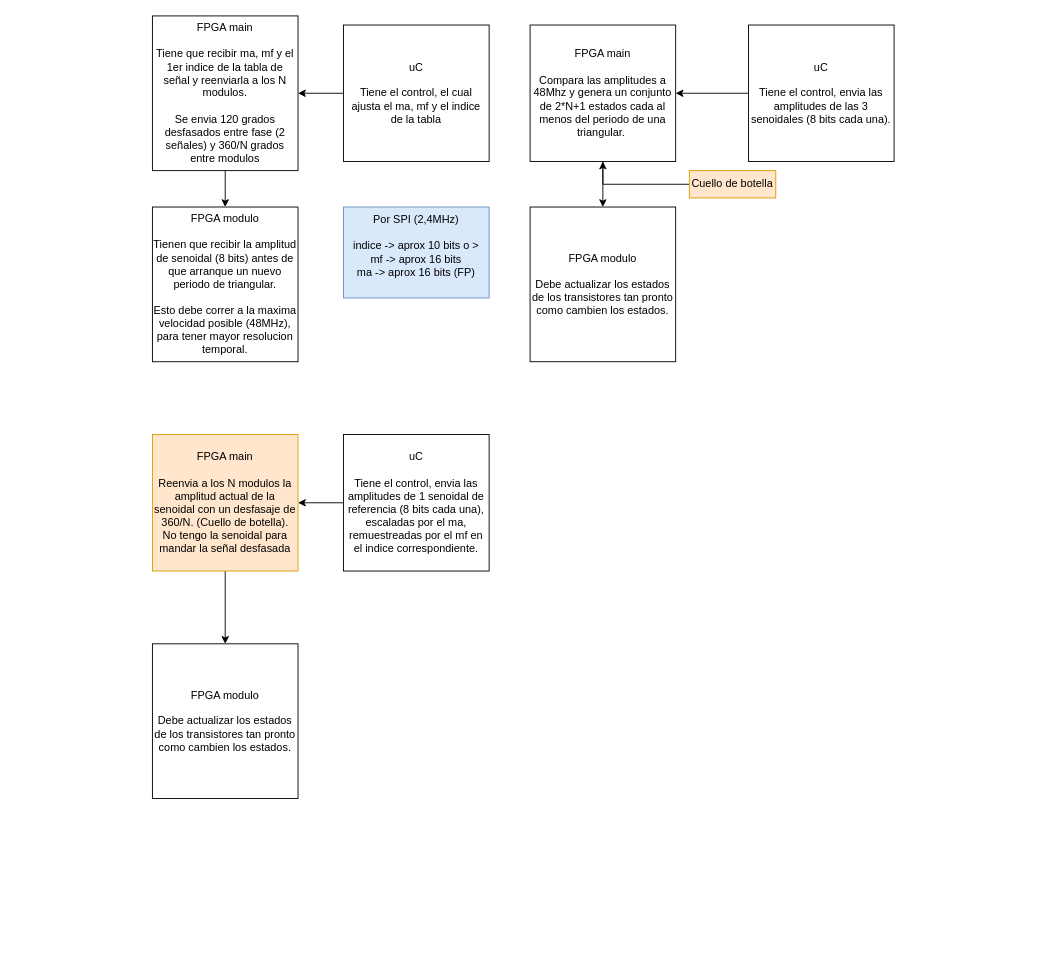
Earlier version of the draw.io diagram Documentación/Diagramas/Modulacion.drawio (NicoBWin/Tesis-LGBS). Source tidied: cells renumbered, new cells numbered last; positions are measured from the earlier drawing's top-left corner, leaving out a move shared by most shapes. Both pictures are drawn from the tidied source at 91%, with x=0, y=0 at pixel (152, 15).
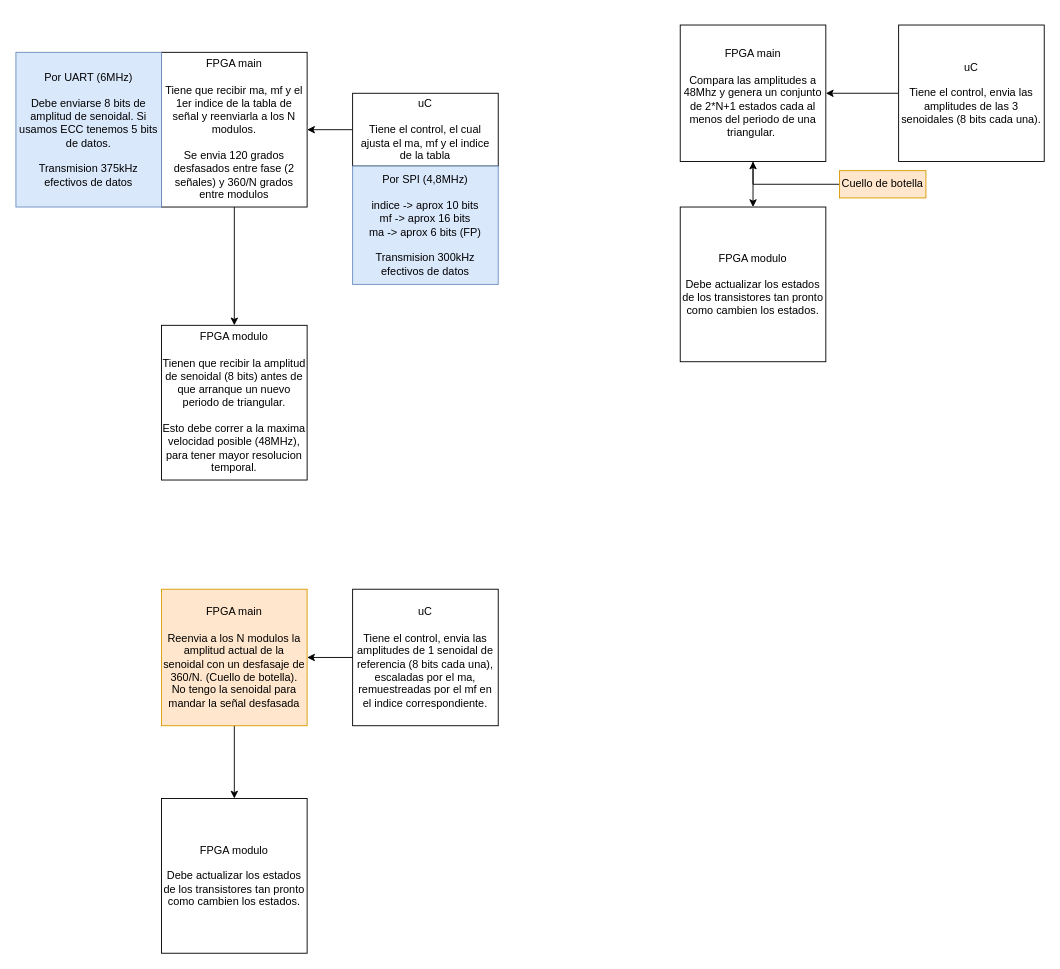
The same diagram, later.

What changed in the source:
```diff
@@
     <mxCell id="2" value="FPGA modulo&lt;div&gt;&lt;br&gt;&lt;/div&gt;&lt;div&gt;Tienen que recibir la amplitud de senoidal (8 bits) antes de que arranque un nuevo periodo de triangular.&lt;/div&gt;&lt;div&gt;&lt;br&gt;&lt;/div&gt;&lt;div&gt;Esto debe correr a la maxima velocidad posible (48MHz), para tener mayor resolucion temporal.&lt;/div&gt;" style="rounded=0;whiteSpace=wrap;html=1;" parent="1" vertex="1">
-      <mxGeometry y="210" width="160" height="170" as="geometry" />
+      <mxGeometry x="10" y="340" width="160" height="170" as="geometry" />
     </mxCell>
@@
     <mxCell id="4" value="FPGA main&lt;div&gt;&lt;br&gt;&lt;/div&gt;&lt;div&gt;Tiene que recibir ma, mf y el 1er indice de la tabla de señal y reenviarla a los N modulos.&lt;/div&gt;&lt;div&gt;&lt;br&gt;&lt;/div&gt;&lt;div&gt;Se envia 120 grados desfasados entre fase (2 señales) y 360/N grados entre modulos&lt;/div&gt;" style="rounded=0;whiteSpace=wrap;html=1;" parent="1" vertex="1">
-      <mxGeometry width="160" height="170" as="geometry" />
+      <mxGeometry x="10" y="40" width="160" height="170" as="geometry" />
     </mxCell>
@@
     <mxCell id="6" value="uC&lt;div&gt;&lt;br&gt;&lt;/div&gt;&lt;div&gt;Tiene el control, el cual ajusta el ma, mf y el indice de la tabla&lt;/div&gt;" style="rounded=0;whiteSpace=wrap;html=1;" parent="1" vertex="1">
-      <mxGeometry x="210" y="10" width="160" height="150" as="geometry" />
+      <mxGeometry x="220" y="85" width="160" height="80" as="geometry" />
     </mxCell>
     <mxCell id="7" value="FPGA modulo&lt;div&gt;&lt;br&gt;&lt;/div&gt;&lt;div&gt;Debe actualizar los estados de los transistores tan pronto como cambien los estados.&lt;/div&gt;" style="rounded=0;whiteSpace=wrap;html=1;" parent="1" vertex="1">
-      <mxGeometry x="415" y="210" width="160" height="170" as="geometry" />
+      <mxGeometry x="580" y="210" width="160" height="170" as="geometry" />
     </mxCell>
@@
     <mxCell id="9" value="FPGA main&lt;div&gt;&lt;br&gt;&lt;/div&gt;&lt;div&gt;Compara las amplitudes a 48Mhz y genera un conjunto de 2*N+1 estados cada al menos del periodo de una triangular.&amp;nbsp;&lt;/div&gt;" style="rounded=0;whiteSpace=wrap;html=1;" parent="1" vertex="1">
-      <mxGeometry x="415" y="10" width="160" height="150" as="geometry" />
+      <mxGeometry x="580" y="10" width="160" height="150" as="geometry" />
     </mxCell>
@@
     <mxCell id="11" value="uC&lt;div&gt;&lt;br&gt;&lt;/div&gt;&lt;div&gt;Tiene el control, envia las amplitudes de las 3 senoidales (8 bits cada una).&lt;/div&gt;" style="rounded=0;whiteSpace=wrap;html=1;" parent="1" vertex="1">
-      <mxGeometry x="655" y="10" width="160" height="150" as="geometry" />
+      <mxGeometry x="820" y="10" width="160" height="150" as="geometry" />
     </mxCell>
     <mxCell id="12" value="FPGA modulo&lt;div&gt;&lt;br&gt;&lt;/div&gt;&lt;div&gt;Debe actualizar los estados de los transistores tan pronto como cambien los estados.&lt;/div&gt;" style="rounded=0;whiteSpace=wrap;html=1;" parent="1" vertex="1">
-      <mxGeometry y="690" width="160" height="170" as="geometry" />
+      <mxGeometry x="10" y="860" width="160" height="170" as="geometry" />
     </mxCell>
@@
     <mxCell id="14" value="FPGA main&lt;div&gt;&lt;br&gt;&lt;/div&gt;&lt;div&gt;Reenvia a los N modulos la amplitud actual de la senoidal con un desfasaje de 360/N. (Cuello de botella). No tengo la senoidal para mandar la señal desfasada&lt;/div&gt;" style="rounded=0;whiteSpace=wrap;html=1;fillColor=#ffe6cc;strokeColor=#d79b00;" parent="1" vertex="1">
-      <mxGeometry y="460" width="160" height="150" as="geometry" />
+      <mxGeometry x="10" y="630" width="160" height="150" as="geometry" />
     </mxCell>
@@
     <mxCell id="16" value="uC&lt;div&gt;&lt;br&gt;&lt;/div&gt;&lt;div&gt;Tiene el control, envia las amplitudes de 1 senoidal de referencia (8 bits cada una), escaladas por el ma, remuestreadas por el mf en el indice correspondiente.&lt;/div&gt;" style="rounded=0;whiteSpace=wrap;html=1;" parent="1" vertex="1">
-      <mxGeometry x="210" y="460" width="160" height="150" as="geometry" />
+      <mxGeometry x="220" y="630" width="160" height="150" as="geometry" />
     </mxCell>
@@
     <mxCell id="18" value="&lt;div&gt;Cuello de botella&lt;/div&gt;" style="text;html=1;align=center;verticalAlign=middle;whiteSpace=wrap;rounded=0;fillColor=#ffe6cc;strokeColor=#d79b00;" parent="1" vertex="1">
-      <mxGeometry x="590" y="170" width="95" height="30" as="geometry" />
+      <mxGeometry x="755" y="170" width="95" height="30" as="geometry" />
     </mxCell>
-    <mxCell id="19" value="Por SPI (2,4MHz)&lt;div&gt;&lt;br&gt;&lt;div&gt;indice -&amp;gt; aprox 10 bits o &amp;gt;&lt;/div&gt;&lt;div&gt;mf -&amp;gt; aprox 16 bits&lt;/div&gt;&lt;div&gt;ma -&amp;gt; aprox 16 bits (FP)&lt;/div&gt;&lt;div&gt;&lt;br&gt;&lt;/div&gt;&lt;/div&gt;" style="text;html=1;align=center;verticalAlign=middle;whiteSpace=wrap;rounded=0;fillColor=#dae8fc;strokeColor=#6c8ebf;" parent="1" vertex="1">
-      <mxGeometry x="210" y="210" width="160" height="100" as="geometry" />
+    <mxCell id="19" value="Por SPI (4,8MHz)&lt;div&gt;&lt;br&gt;&lt;div&gt;indice -&amp;gt; aprox 10 bits&lt;/div&gt;&lt;div&gt;mf -&amp;gt; aprox 16 bits&lt;/div&gt;&lt;div&gt;ma -&amp;gt; aprox 6 bits (FP)&lt;/div&gt;&lt;div&gt;&lt;br&gt;&lt;/div&gt;&lt;/div&gt;&lt;div&gt;Transmision 300kHz efectivos de datos&lt;/div&gt;" style="text;html=1;align=center;verticalAlign=middle;whiteSpace=wrap;rounded=0;fillColor=#dae8fc;strokeColor=#6c8ebf;" parent="1" vertex="1">
+      <mxGeometry x="220" y="165" width="160" height="130" as="geometry" />
     </mxCell>
+    <mxCell id="20" value="Por UART (6MHz)&lt;div&gt;&lt;br&gt;&lt;div&gt;Debe enviarse 8 bits de amplitud de senoidal. Si usamos ECC tenemos 5 bits de datos.&lt;/div&gt;&lt;div&gt;&lt;br&gt;&lt;/div&gt;&lt;/div&gt;&lt;div&gt;Transmision 375kHz efectivos de datos&lt;/div&gt;" style="text;html=1;align=center;verticalAlign=middle;whiteSpace=wrap;rounded=0;fillColor=#dae8fc;strokeColor=#6c8ebf;" parent="1" vertex="1">
+      <mxGeometry x="-150" y="40" width="160" height="170" as="geometry" />
+    </mxCell>
```
